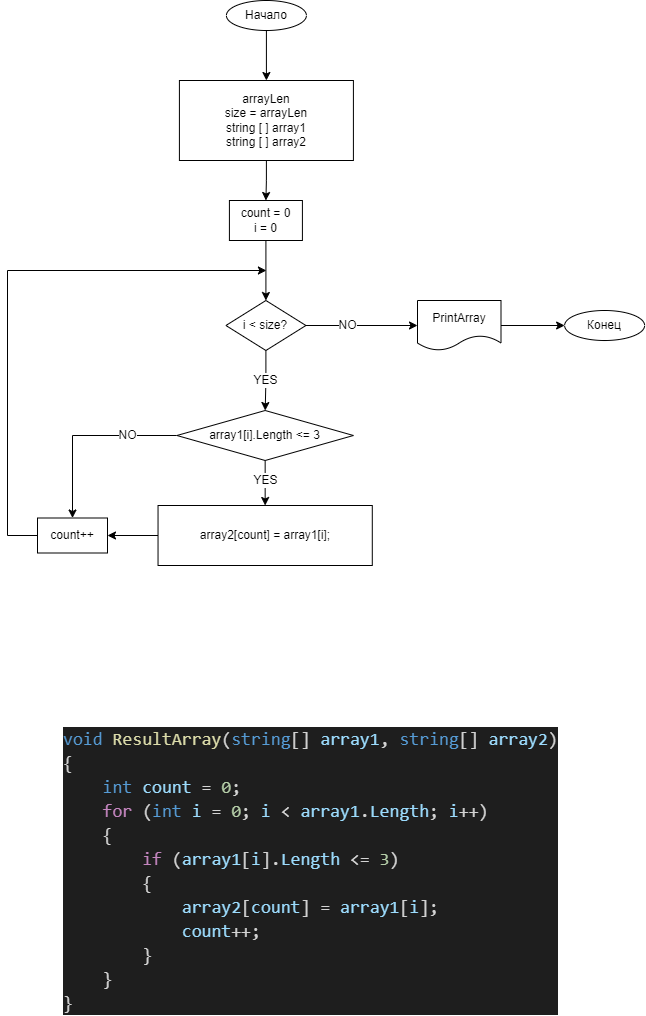
This is Algoritm.png from Taissera/GB_Razrabotchik_End-of-block_Test_Work, a draw.io export, as it was before one commit. Source tidied: cells renumbered, new cells last; positions are measured from the earlier drawing's top-left corner, leaving out a move shared by most shapes.
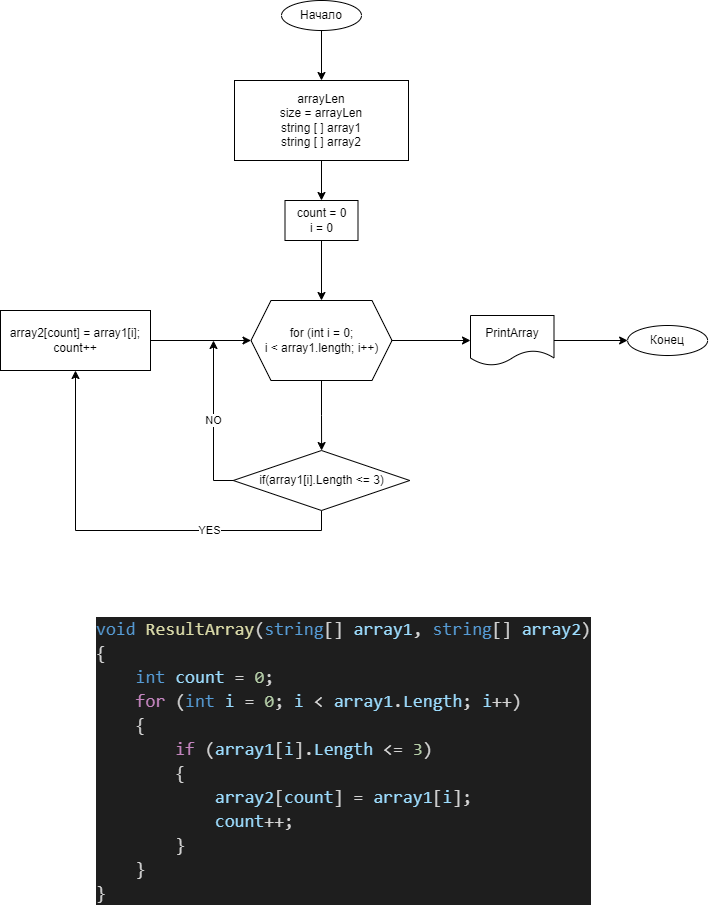
Later version of the same file.

What changed in the source:
```diff
@@ -2,71 +2,65 @@
   <root>
     <mxCell id="0" />
     <mxCell id="1" parent="0" />
-    <mxCell id="2" style="edgeStyle=orthogonalEdgeStyle;rounded=0;jettySize=auto;html=1;fontFamily=Helvetica;fontSize=12;exitX=0.5;exitY=1;exitDx=0;exitDy=0;" parent="1" edge="1" source="20" target="5">
-      <mxGeometry relative="1" as="geometry" />
-    </mxCell>
+    <mxCell id="8" value="&lt;div style=&quot;color: rgb(212, 212, 212); background-color: rgb(30, 30, 30); font-family: Consolas, &amp;quot;Courier New&amp;quot;, monospace; font-weight: normal; font-size: 18px; line-height: 24px;&quot;&gt;&lt;div&gt;&lt;span style=&quot;color: #569cd6;&quot;&gt;void&lt;/span&gt;&lt;span style=&quot;color: #d4d4d4;&quot;&gt; &lt;/span&gt;&lt;span style=&quot;color: #dcdcaa;&quot;&gt;ResultArray&lt;/span&gt;&lt;span style=&quot;color: #d4d4d4;&quot;&gt;(&lt;/span&gt;&lt;span style=&quot;color: #569cd6;&quot;&gt;string&lt;/span&gt;&lt;span style=&quot;color: #d4d4d4;&quot;&gt;[] &lt;/span&gt;&lt;span style=&quot;color: #9cdcfe;&quot;&gt;array1&lt;/span&gt;&lt;span style=&quot;color: #d4d4d4;&quot;&gt;, &lt;/span&gt;&lt;span style=&quot;color: #569cd6;&quot;&gt;string&lt;/span&gt;&lt;span style=&quot;color: #d4d4d4;&quot;&gt;[] &lt;/span&gt;&lt;span style=&quot;color: #9cdcfe;&quot;&gt;array2&lt;/span&gt;&lt;span style=&quot;color: #d4d4d4;&quot;&gt;)&lt;/span&gt;&lt;/div&gt;&lt;div&gt;&lt;span style=&quot;color: #d4d4d4;&quot;&gt;{&lt;/span&gt;&lt;/div&gt;&lt;div&gt;&lt;span style=&quot;color: #d4d4d4;&quot;&gt;&amp;nbsp; &amp;nbsp; &lt;/span&gt;&lt;span style=&quot;color: #569cd6;&quot;&gt;int&lt;/span&gt;&lt;span style=&quot;color: #d4d4d4;&quot;&gt; &lt;/span&gt;&lt;span style=&quot;color: #9cdcfe;&quot;&gt;count&lt;/span&gt;&lt;span style=&quot;color: #d4d4d4;&quot;&gt; &lt;/span&gt;&lt;span style=&quot;color: #d4d4d4;&quot;&gt;=&lt;/span&gt;&lt;span style=&quot;color: #d4d4d4;&quot;&gt; &lt;/span&gt;&lt;span style=&quot;color: #b5cea8;&quot;&gt;0&lt;/span&gt;&lt;span style=&quot;color: #d4d4d4;&quot;&gt;;&lt;/span&gt;&lt;/div&gt;&lt;div&gt;&lt;span style=&quot;color: #d4d4d4;&quot;&gt;&amp;nbsp; &amp;nbsp; &lt;/span&gt;&lt;span style=&quot;color: #c586c0;&quot;&gt;for&lt;/span&gt;&lt;span style=&quot;color: #d4d4d4;&quot;&gt; (&lt;/span&gt;&lt;span style=&quot;color: #569cd6;&quot;&gt;int&lt;/span&gt;&lt;span style=&quot;color: #d4d4d4;&quot;&gt; &lt;/span&gt;&lt;span style=&quot;color: #9cdcfe;&quot;&gt;i&lt;/span&gt;&lt;span style=&quot;color: #d4d4d4;&quot;&gt; &lt;/span&gt;&lt;span style=&quot;color: #d4d4d4;&quot;&gt;=&lt;/span&gt;&lt;span style=&quot;color: #d4d4d4;&quot;&gt; &lt;/span&gt;&lt;span style=&quot;color: #b5cea8;&quot;&gt;0&lt;/span&gt;&lt;span style=&quot;color: #d4d4d4;&quot;&gt;; &lt;/span&gt;&lt;span style=&quot;color: #9cdcfe;&quot;&gt;i&lt;/span&gt;&lt;span style=&quot;color: #d4d4d4;&quot;&gt; &lt;/span&gt;&lt;span style=&quot;color: #d4d4d4;&quot;&gt;&amp;lt;&lt;/span&gt;&lt;span style=&quot;color: #d4d4d4;&quot;&gt; &lt;/span&gt;&lt;span style=&quot;color: #9cdcfe;&quot;&gt;array1&lt;/span&gt;&lt;span style=&quot;color: #d4d4d4;&quot;&gt;.&lt;/span&gt;&lt;span style=&quot;color: #9cdcfe;&quot;&gt;Length&lt;/span&gt;&lt;span style=&quot;color: #d4d4d4;&quot;&gt;; &lt;/span&gt;&lt;span style=&quot;color: #9cdcfe;&quot;&gt;i&lt;/span&gt;&lt;span style=&quot;color: #d4d4d4;&quot;&gt;++&lt;/span&gt;&lt;span style=&quot;color: #d4d4d4;&quot;&gt;)&lt;/span&gt;&lt;/div&gt;&lt;div&gt;&lt;span style=&quot;color: #d4d4d4;&quot;&gt;&amp;nbsp; &amp;nbsp; {&lt;/span&gt;&lt;/div&gt;&lt;div&gt;&lt;span style=&quot;color: #d4d4d4;&quot;&gt;&amp;nbsp; &amp;nbsp; &amp;nbsp; &amp;nbsp; &lt;/span&gt;&lt;span style=&quot;color: #c586c0;&quot;&gt;if&lt;/span&gt;&lt;span style=&quot;color: #d4d4d4;&quot;&gt; (&lt;/span&gt;&lt;span style=&quot;color: #9cdcfe;&quot;&gt;array1&lt;/span&gt;&lt;span style=&quot;color: #d4d4d4;&quot;&gt;[&lt;/span&gt;&lt;span style=&quot;color: #9cdcfe;&quot;&gt;i&lt;/span&gt;&lt;span style=&quot;color: #d4d4d4;&quot;&gt;]&lt;/span&gt;&lt;span style=&quot;color: #d4d4d4;&quot;&gt;.&lt;/span&gt;&lt;span style=&quot;color: #9cdcfe;&quot;&gt;Length&lt;/span&gt;&lt;span style=&quot;color: #d4d4d4;&quot;&gt; &lt;/span&gt;&lt;span style=&quot;color: #d4d4d4;&quot;&gt;&amp;lt;=&lt;/span&gt;&lt;span style=&quot;color: #d4d4d4;&quot;&gt; &lt;/span&gt;&lt;span style=&quot;color: #b5cea8;&quot;&gt;3&lt;/span&gt;&lt;span style=&quot;color: #d4d4d4;&quot;&gt;)&lt;/span&gt;&lt;/div&gt;&lt;div&gt;&lt;span style=&quot;color: #d4d4d4;&quot;&gt;&amp;nbsp; &amp;nbsp; &amp;nbsp; &amp;nbsp; {&lt;/span&gt;&lt;/div&gt;&lt;div&gt;&lt;span style=&quot;color: #d4d4d4;&quot;&gt;&amp;nbsp; &amp;nbsp; &amp;nbsp; &amp;nbsp; &amp;nbsp; &amp;nbsp; &lt;/span&gt;&lt;span style=&quot;color: #9cdcfe;&quot;&gt;array2&lt;/span&gt;&lt;span style=&quot;color: #d4d4d4;&quot;&gt;[&lt;/span&gt;&lt;span style=&quot;color: #9cdcfe;&quot;&gt;count&lt;/span&gt;&lt;span style=&quot;color: #d4d4d4;&quot;&gt;] &lt;/span&gt;&lt;span style=&quot;color: #d4d4d4;&quot;&gt;=&lt;/span&gt;&lt;span style=&quot;color: #d4d4d4;&quot;&gt; &lt;/span&gt;&lt;span style=&quot;color: #9cdcfe;&quot;&gt;array1&lt;/span&gt;&lt;span style=&quot;color: #d4d4d4;&quot;&gt;[&lt;/span&gt;&lt;span style=&quot;color: #9cdcfe;&quot;&gt;i&lt;/span&gt;&lt;span style=&quot;color: #d4d4d4;&quot;&gt;];&lt;/span&gt;&lt;/div&gt;&lt;div&gt;&lt;span style=&quot;color: #d4d4d4;&quot;&gt;&amp;nbsp; &amp;nbsp; &amp;nbsp; &amp;nbsp; &amp;nbsp; &amp;nbsp; &lt;/span&gt;&lt;span style=&quot;color: #9cdcfe;&quot;&gt;count&lt;/span&gt;&lt;span style=&quot;color: #d4d4d4;&quot;&gt;++&lt;/span&gt;&lt;span style=&quot;color: #d4d4d4;&quot;&gt;;&lt;/span&gt;&lt;/div&gt;&lt;div&gt;&lt;span style=&quot;color: #d4d4d4;&quot;&gt;&amp;nbsp; &amp;nbsp; &amp;nbsp; &amp;nbsp; }&lt;/span&gt;&lt;/div&gt;&lt;div&gt;&lt;span style=&quot;color: #d4d4d4;&quot;&gt;&amp;nbsp; &amp;nbsp; }&lt;/span&gt;&lt;/div&gt;&lt;div&gt;&lt;span style=&quot;color: #d4d4d4;&quot;&gt;}&lt;/span&gt;&lt;/div&gt;&lt;/div&gt;" style="text;whiteSpace=wrap;html=1;fontSize=12;fontFamily=Helvetica;" parent="1" vertex="1">
+      <mxGeometry x="54" y="600" width="520" height="280" as="geometry" />
+    </mxCell>
     <mxCell id="3" value="Конец" style="ellipse;whiteSpace=wrap;html=1;" parent="1" vertex="1">
-      <mxGeometry x="557.1" y="310" width="80" height="30" as="geometry" />
+      <mxGeometry x="587.1" y="315" width="80" height="30" as="geometry" />
     </mxCell>
+    <mxCell id="22" value="YES" style="edgeStyle=orthogonalEdgeStyle;rounded=0;jettySize=auto;html=1;entryX=0.5;entryY=1;entryDx=0;entryDy=0;exitX=0.5;exitY=1;exitDx=0;exitDy=0;" parent="1" edge="1" source="24" target="26">
+      <mxGeometry x="-0.38" relative="1" as="geometry" />
+    </mxCell>
+    <mxCell id="23" value="NO" style="edgeStyle=orthogonalEdgeStyle;rounded=0;jettySize=auto;html=1;" parent="1" edge="1" source="24">
+      <mxGeometry relative="1" as="geometry">
+        <mxPoint x="173" y="330" as="targetPoint" />
+        <Array as="points">
+          <mxPoint x="173" y="470" />
+          <mxPoint x="173" y="330" />
+        </Array>
+      </mxGeometry>
+    </mxCell>
+    <mxCell id="24" value="if(array1[i].Length &amp;lt;= 3)" style="rhombus;whiteSpace=wrap;html=1;" parent="1" vertex="1">
+      <mxGeometry x="192.8" y="440" width="176.5" height="60" as="geometry" />
+    </mxCell>
+    <mxCell id="25" style="edgeStyle=orthogonalEdgeStyle;rounded=0;jettySize=auto;html=1;" parent="1" edge="1" source="26" target="30">
+      <mxGeometry relative="1" as="geometry" />
+    </mxCell>
+    <mxCell id="26" value="&lt;div&gt;array2[count] = array1[i];&lt;/div&gt;&lt;div&gt;count++&lt;br&gt;&lt;/div&gt;" style="whiteSpace=wrap;html=1;" parent="1" vertex="1">
+      <mxGeometry x="-40" y="300" width="150" height="60" as="geometry" />
+    </mxCell>
+    <mxCell id="18" style="edgeStyle=orthogonalEdgeStyle;rounded=0;jettySize=auto;html=1;entryX=0;entryY=0.5;entryDx=0;entryDy=0;fontFamily=Helvetica;fontSize=12;" parent="1" edge="1" source="19" target="3">
+      <mxGeometry relative="1" as="geometry" />
+    </mxCell>
+    <mxCell id="19" value="PrintArray" style="shape=document;whiteSpace=wrap;html=1;boundedLbl=1;" parent="1" vertex="1">
+      <mxGeometry x="430" y="305" width="83.5" height="50" as="geometry" />
+    </mxCell>
-    <mxCell id="4" style="edgeStyle=orthogonalEdgeStyle;rounded=0;jettySize=auto;html=1;fontFamily=Helvetica;fontSize=12;" parent="1" edge="1" source="5" target="7">
+    <mxCell id="4" style="edgeStyle=orthogonalEdgeStyle;rounded=0;jettySize=auto;html=1;" parent="1" edge="1" source="5" target="7">
       <mxGeometry relative="1" as="geometry" />
     </mxCell>
     <mxCell id="5" value="arrayLen&lt;br&gt;size = arrayLen&lt;br&gt;string [ ] array1&lt;br&gt;string [ ] array2" style="whiteSpace=wrap;html=1;" parent="1" vertex="1">
-      <mxGeometry x="171.9" y="80" width="174" height="80" as="geometry" />
+      <mxGeometry x="194" y="70" width="174" height="80" as="geometry" />
     </mxCell>
-    <mxCell id="6" style="edgeStyle=orthogonalEdgeStyle;rounded=0;jettySize=auto;html=1;fontFamily=Helvetica;fontSize=12;" parent="1" edge="1" source="7" target="11">
-      <mxGeometry relative="1" as="geometry" />
-    </mxCell>
+    <mxCell id="2" style="edgeStyle=orthogonalEdgeStyle;rounded=0;jettySize=auto;html=1;" parent="1" edge="1" source="20" target="5">
+      <mxGeometry relative="1" as="geometry" />
+    </mxCell>
+    <mxCell id="20" value="Начало" style="ellipse;whiteSpace=wrap;html=1;" parent="1" vertex="1">
+      <mxGeometry x="241" y="-10" width="80" height="30" as="geometry" />
+    </mxCell>
+    <mxCell id="27" style="edgeStyle=orthogonalEdgeStyle;rounded=0;jettySize=auto;html=1;" parent="1" edge="1" source="7" target="30">
+      <mxGeometry relative="1" as="geometry" />
+    </mxCell>
     <mxCell id="7" value="count = 0&lt;br&gt;i = 0" style="whiteSpace=wrap;html=1;" parent="1" vertex="1">
-      <mxGeometry x="221.9" y="200" width="73" height="40" as="geometry" />
+      <mxGeometry x="244.5" y="190" width="73" height="40" as="geometry" />
     </mxCell>
-    <mxCell id="8" value="&lt;div style=&quot;color: rgb(212, 212, 212); background-color: rgb(30, 30, 30); font-family: Consolas, &amp;quot;Courier New&amp;quot;, monospace; font-weight: normal; font-size: 18px; line-height: 24px;&quot;&gt;&lt;div&gt;&lt;span style=&quot;color: #569cd6;&quot;&gt;void&lt;/span&gt;&lt;span style=&quot;color: #d4d4d4;&quot;&gt; &lt;/span&gt;&lt;span style=&quot;color: #dcdcaa;&quot;&gt;ResultArray&lt;/span&gt;&lt;span style=&quot;color: #d4d4d4;&quot;&gt;(&lt;/span&gt;&lt;span style=&quot;color: #569cd6;&quot;&gt;string&lt;/span&gt;&lt;span style=&quot;color: #d4d4d4;&quot;&gt;[] &lt;/span&gt;&lt;span style=&quot;color: #9cdcfe;&quot;&gt;array1&lt;/span&gt;&lt;span style=&quot;color: #d4d4d4;&quot;&gt;, &lt;/span&gt;&lt;span style=&quot;color: #569cd6;&quot;&gt;string&lt;/span&gt;&lt;span style=&quot;color: #d4d4d4;&quot;&gt;[] &lt;/span&gt;&lt;span style=&quot;color: #9cdcfe;&quot;&gt;array2&lt;/span&gt;&lt;span style=&quot;color: #d4d4d4;&quot;&gt;)&lt;/span&gt;&lt;/div&gt;&lt;div&gt;&lt;span style=&quot;color: #d4d4d4;&quot;&gt;{&lt;/span&gt;&lt;/div&gt;&lt;div&gt;&lt;span style=&quot;color: #d4d4d4;&quot;&gt;&amp;nbsp; &amp;nbsp; &lt;/span&gt;&lt;span style=&quot;color: #569cd6;&quot;&gt;int&lt;/span&gt;&lt;span style=&quot;color: #d4d4d4;&quot;&gt; &lt;/span&gt;&lt;span style=&quot;color: #9cdcfe;&quot;&gt;count&lt;/span&gt;&lt;span style=&quot;color: #d4d4d4;&quot;&gt; &lt;/span&gt;&lt;span style=&quot;color: #d4d4d4;&quot;&gt;=&lt;/span&gt;&lt;span style=&quot;color: #d4d4d4;&quot;&gt; &lt;/span&gt;&lt;span style=&quot;color: #b5cea8;&quot;&gt;0&lt;/span&gt;&lt;span style=&quot;color: #d4d4d4;&quot;&gt;;&lt;/span&gt;&lt;/div&gt;&lt;div&gt;&lt;span style=&quot;color: #d4d4d4;&quot;&gt;&amp;nbsp; &amp;nbsp; &lt;/span&gt;&lt;span style=&quot;color: #c586c0;&quot;&gt;for&lt;/span&gt;&lt;span style=&quot;color: #d4d4d4;&quot;&gt; (&lt;/span&gt;&lt;span style=&quot;color: #569cd6;&quot;&gt;int&lt;/span&gt;&lt;span style=&quot;color: #d4d4d4;&quot;&gt; &lt;/span&gt;&lt;span style=&quot;color: #9cdcfe;&quot;&gt;i&lt;/span&gt;&lt;span style=&quot;color: #d4d4d4;&quot;&gt; &lt;/span&gt;&lt;span style=&quot;color: #d4d4d4;&quot;&gt;=&lt;/span&gt;&lt;span style=&quot;color: #d4d4d4;&quot;&gt; &lt;/span&gt;&lt;span style=&quot;color: #b5cea8;&quot;&gt;0&lt;/span&gt;&lt;span style=&quot;color: #d4d4d4;&quot;&gt;; &lt;/span&gt;&lt;span style=&quot;color: #9cdcfe;&quot;&gt;i&lt;/span&gt;&lt;span style=&quot;color: #d4d4d4;&quot;&gt; &lt;/span&gt;&lt;span style=&quot;color: #d4d4d4;&quot;&gt;&amp;lt;&lt;/span&gt;&lt;span style=&quot;color: #d4d4d4;&quot;&gt; &lt;/span&gt;&lt;span style=&quot;color: #9cdcfe;&quot;&gt;array1&lt;/span&gt;&lt;span style=&quot;color: #d4d4d4;&quot;&gt;.&lt;/span&gt;&lt;span style=&quot;color: #9cdcfe;&quot;&gt;Length&lt;/span&gt;&lt;span style=&quot;color: #d4d4d4;&quot;&gt;; &lt;/span&gt;&lt;span style=&quot;color: #9cdcfe;&quot;&gt;i&lt;/span&gt;&lt;span style=&quot;color: #d4d4d4;&quot;&gt;++&lt;/span&gt;&lt;span style=&quot;color: #d4d4d4;&quot;&gt;)&lt;/span&gt;&lt;/div&gt;&lt;div&gt;&lt;span style=&quot;color: #d4d4d4;&quot;&gt;&amp;nbsp; &amp;nbsp; {&lt;/span&gt;&lt;/div&gt;&lt;div&gt;&lt;span style=&quot;color: #d4d4d4;&quot;&gt;&amp;nbsp; &amp;nbsp; &amp;nbsp; &amp;nbsp; &lt;/span&gt;&lt;span style=&quot;color: #c586c0;&quot;&gt;if&lt;/span&gt;&lt;span style=&quot;color: #d4d4d4;&quot;&gt; (&lt;/span&gt;&lt;span style=&quot;color: #9cdcfe;&quot;&gt;array1&lt;/span&gt;&lt;span style=&quot;color: #d4d4d4;&quot;&gt;[&lt;/span&gt;&lt;span style=&quot;color: #9cdcfe;&quot;&gt;i&lt;/span&gt;&lt;span style=&quot;color: #d4d4d4;&quot;&gt;]&lt;/span&gt;&lt;span style=&quot;color: #d4d4d4;&quot;&gt;.&lt;/span&gt;&lt;span style=&quot;color: #9cdcfe;&quot;&gt;Length&lt;/span&gt;&lt;span style=&quot;color: #d4d4d4;&quot;&gt; &lt;/span&gt;&lt;span style=&quot;color: #d4d4d4;&quot;&gt;&amp;lt;=&lt;/span&gt;&lt;span style=&quot;color: #d4d4d4;&quot;&gt; &lt;/span&gt;&lt;span style=&quot;color: #b5cea8;&quot;&gt;3&lt;/span&gt;&lt;span style=&quot;color: #d4d4d4;&quot;&gt;)&lt;/span&gt;&lt;/div&gt;&lt;div&gt;&lt;span style=&quot;color: #d4d4d4;&quot;&gt;&amp;nbsp; &amp;nbsp; &amp;nbsp; &amp;nbsp; {&lt;/span&gt;&lt;/div&gt;&lt;div&gt;&lt;span style=&quot;color: #d4d4d4;&quot;&gt;&amp;nbsp; &amp;nbsp; &amp;nbsp; &amp;nbsp; &amp;nbsp; &amp;nbsp; &lt;/span&gt;&lt;span style=&quot;color: #9cdcfe;&quot;&gt;array2&lt;/span&gt;&lt;span style=&quot;color: #d4d4d4;&quot;&gt;[&lt;/span&gt;&lt;span style=&quot;color: #9cdcfe;&quot;&gt;count&lt;/span&gt;&lt;span style=&quot;color: #d4d4d4;&quot;&gt;] &lt;/span&gt;&lt;span style=&quot;color: #d4d4d4;&quot;&gt;=&lt;/span&gt;&lt;span style=&quot;color: #d4d4d4;&quot;&gt; &lt;/span&gt;&lt;span style=&quot;color: #9cdcfe;&quot;&gt;array1&lt;/span&gt;&lt;span style=&quot;color: #d4d4d4;&quot;&gt;[&lt;/span&gt;&lt;span style=&quot;color: #9cdcfe;&quot;&gt;i&lt;/span&gt;&lt;span style=&quot;color: #d4d4d4;&quot;&gt;];&lt;/span&gt;&lt;/div&gt;&lt;div&gt;&lt;span style=&quot;color: #d4d4d4;&quot;&gt;&amp;nbsp; &amp;nbsp; &amp;nbsp; &amp;nbsp; &amp;nbsp; &amp;nbsp; &lt;/span&gt;&lt;span style=&quot;color: #9cdcfe;&quot;&gt;count&lt;/span&gt;&lt;span style=&quot;color: #d4d4d4;&quot;&gt;++&lt;/span&gt;&lt;span style=&quot;color: #d4d4d4;&quot;&gt;;&lt;/span&gt;&lt;/div&gt;&lt;div&gt;&lt;span style=&quot;color: #d4d4d4;&quot;&gt;&amp;nbsp; &amp;nbsp; &amp;nbsp; &amp;nbsp; }&lt;/span&gt;&lt;/div&gt;&lt;div&gt;&lt;span style=&quot;color: #d4d4d4;&quot;&gt;&amp;nbsp; &amp;nbsp; }&lt;/span&gt;&lt;/div&gt;&lt;div&gt;&lt;span style=&quot;color: #d4d4d4;&quot;&gt;}&lt;/span&gt;&lt;/div&gt;&lt;/div&gt;" style="text;whiteSpace=wrap;html=1;fontSize=12;fontFamily=Helvetica;" parent="1" vertex="1">
-      <mxGeometry x="54" y="720" width="520" height="280" as="geometry" />
-    </mxCell>
-    <mxCell id="9" value="YES" style="edgeStyle=orthogonalEdgeStyle;rounded=0;jettySize=auto;html=1;fontFamily=Helvetica;fontSize=12;" parent="1" edge="1" source="11" target="14">
-      <mxGeometry x="0.01" relative="1" as="geometry" />
-    </mxCell>
-    <mxCell id="10" value="NO" style="edgeStyle=orthogonalEdgeStyle;rounded=0;jettySize=auto;html=1;fontFamily=Helvetica;fontSize=12;" parent="1" edge="1" source="11" target="19">
-      <mxGeometry x="-0.25" relative="1" as="geometry" />
-    </mxCell>
-    <mxCell id="11" value="i &amp;lt; size?" style="rhombus;whiteSpace=wrap;html=1;" parent="1" vertex="1">
-      <mxGeometry x="218.4" y="300" width="80" height="50" as="geometry" />
-    </mxCell>
-    <mxCell id="12" value="YES" style="edgeStyle=orthogonalEdgeStyle;rounded=0;jettySize=auto;html=1;fontFamily=Helvetica;fontSize=12;" parent="1" edge="1" source="14" target="17">
-      <mxGeometry x="-0.11" relative="1" as="geometry" />
-    </mxCell>
-    <mxCell id="13" value="NO" style="edgeStyle=orthogonalEdgeStyle;rounded=0;jettySize=auto;html=1;fontFamily=Helvetica;fontSize=12;" parent="1" edge="1" source="14" target="21">
-      <mxGeometry x="-0.47" relative="1" as="geometry" />
-    </mxCell>
-    <mxCell id="14" value="array1[i].Length &amp;lt;= 3" style="rhombus;whiteSpace=wrap;html=1;" parent="1" vertex="1">
-      <mxGeometry x="169.4" y="410" width="176.5" height="50" as="geometry" />
-    </mxCell>
-    <mxCell id="15" style="edgeStyle=orthogonalEdgeStyle;rounded=0;jettySize=auto;html=1;fontFamily=Helvetica;fontSize=12;exitX=0;exitY=0.5;exitDx=0;exitDy=0;" parent="1" edge="1" source="21">
-      <mxGeometry relative="1" as="geometry">
-        <mxPoint x="258.9" y="270" as="targetPoint" />
-        <Array as="points">
-          <mxPoint y="535" />
-          <mxPoint y="270" />
-        </Array>
-      </mxGeometry>
-    </mxCell>
-    <mxCell id="16" style="edgeStyle=orthogonalEdgeStyle;rounded=0;jettySize=auto;html=1;fontFamily=Helvetica;fontSize=12;" parent="1" edge="1" source="17" target="21">
-      <mxGeometry relative="1" as="geometry" />
-    </mxCell>
-    <mxCell id="17" value="&lt;div&gt;array2[count] = array1[i];&lt;/div&gt;" style="whiteSpace=wrap;html=1;" parent="1" vertex="1">
-      <mxGeometry x="150.5" y="505" width="214.2" height="60" as="geometry" />
-    </mxCell>
-    <mxCell id="18" style="edgeStyle=orthogonalEdgeStyle;rounded=0;jettySize=auto;html=1;entryX=0;entryY=0.5;entryDx=0;entryDy=0;fontFamily=Helvetica;fontSize=12;" parent="1" edge="1" source="19" target="3">
-      <mxGeometry relative="1" as="geometry" />
-    </mxCell>
-    <mxCell id="19" value="PrintArray" style="shape=document;whiteSpace=wrap;html=1;boundedLbl=1;" parent="1" vertex="1">
-      <mxGeometry x="410" y="300" width="83.5" height="50" as="geometry" />
-    </mxCell>
-    <mxCell id="20" value="Начало" style="ellipse;whiteSpace=wrap;html=1;" parent="1" vertex="1">
-      <mxGeometry x="218.9" width="80" height="30" as="geometry" />
-    </mxCell>
-    <mxCell id="21" value="count++" style="whiteSpace=wrap;html=1;" parent="1" vertex="1">
-      <mxGeometry x="30" y="517.5" width="70" height="35" as="geometry" />
-    </mxCell>
+    <mxCell id="28" style="edgeStyle=orthogonalEdgeStyle;rounded=0;jettySize=auto;html=1;" parent="1" edge="1" source="30" target="24">
+      <mxGeometry relative="1" as="geometry" />
+    </mxCell>
+    <mxCell id="29" style="edgeStyle=orthogonalEdgeStyle;rounded=0;jettySize=auto;html=1;" parent="1" edge="1" source="30" target="19">
+      <mxGeometry relative="1" as="geometry" />
+    </mxCell>
+    <mxCell id="30" value="for (int i = 0; &lt;br&gt;i &amp;lt; array1.length; i++)" style="shape=hexagon;perimeter=hexagonPerimeter2;whiteSpace=wrap;html=1;fixedSize=1;" parent="1" vertex="1">
+      <mxGeometry x="210.5" y="290" width="141" height="80" as="geometry" />
+    </mxCell>
   </root>
 </mxGraphModel>
```
